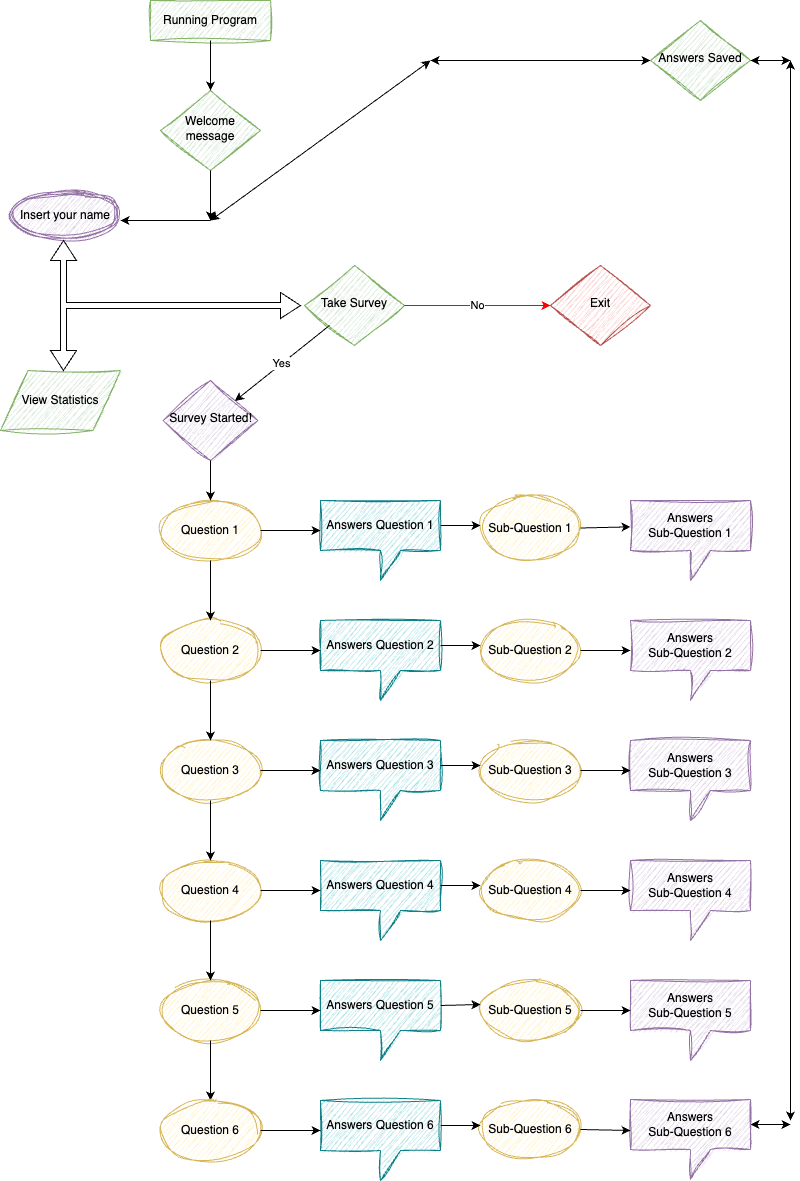
This is images/flowchart.png from t0tacci0/CodeSurvey, a draw.io export, as it was before one commit. Source tidied: cells renumbered, new cells last; positions are measured from the earlier drawing's top-left corner, leaving out a move shared by most shapes.
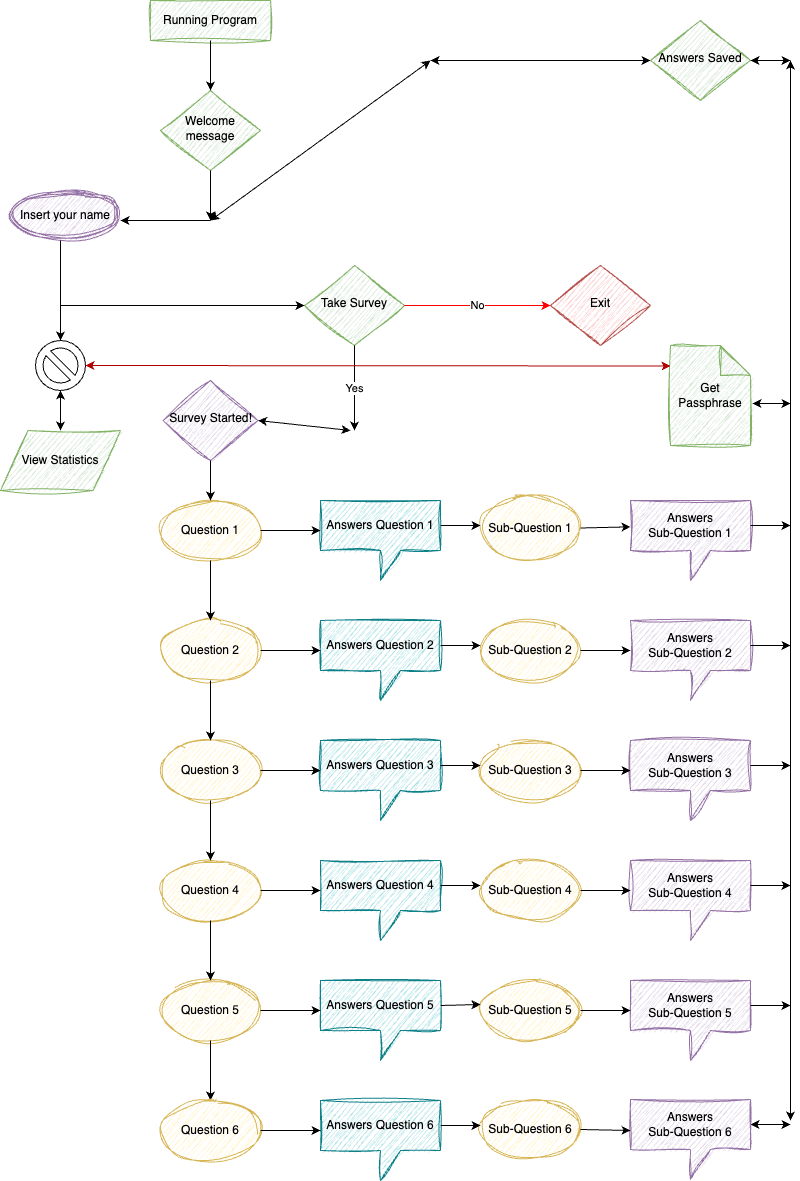
After the change.

What changed in the source:
```diff
@@ -20,8 +20,10 @@
     <mxCell id="7" value="Exit" style="rhombus;whiteSpace=wrap;html=1;shadow=0;fontFamily=Helvetica;fontSize=12;align=center;strokeWidth=1;spacing=6;spacingTop=-4;fillColor=#f8cecc;strokeColor=#b85450;sketch=1;curveFitting=1;jiggle=2;" parent="1" vertex="1">
       <mxGeometry x="550" y="265" width="100" height="80" as="geometry" />
     </mxCell>
-    <mxCell id="8" value="Yes" style="endArrow=classic;html=1;rounded=0;" parent="1" edge="1" source="4" target="26">
-      <mxGeometry x="0.01" relative="1" as="geometry" />
+    <mxCell id="8" value="Yes" style="endArrow=classic;html=1;rounded=0;" parent="1" edge="1" source="4">
+      <mxGeometry x="0.01" relative="1" as="geometry">
+        <mxPoint x="354" y="430" as="targetPoint" />
+      </mxGeometry>
     </mxCell>
     <mxCell id="9" value="Question 1" style="ellipse;whiteSpace=wrap;html=1;fillColor=#fff2cc;strokeColor=#d6b656;sketch=1;curveFitting=1;jiggle=2;" parent="1" vertex="1">
       <mxGeometry x="160" y="500" width="100" height="60" as="geometry" />
@@ -243,15 +245,69 @@
       </mxGeometry>
     </mxCell>
     <mxCell id="66" value="View Statistics" style="shape=parallelogram;html=1;strokeWidth=1;perimeter=parallelogramPerimeter;whiteSpace=wrap;rounded=0;arcSize=12;size=0.23;fillColor=#d5e8d4;strokeColor=#82b366;sketch=1;curveFitting=1;jiggle=2;" parent="1" vertex="1">
-      <mxGeometry y="370" width="120" height="60" as="geometry" />
+      <mxGeometry y="430" width="120" height="60" as="geometry" />
     </mxCell>
-    <mxCell id="67" style="html=1;shadow=0;dashed=0;align=center;verticalAlign=middle;shape=mxgraph.arrows2.triadArrow;dy=10;dx=20;arrowHead=26;direction=south;" parent="1" vertex="1">
-      <mxGeometry x="50" y="240" width="250" height="130" as="geometry" />
-    </mxCell>
     <mxCell id="68" style="endArrow=classic;html=1;rounded=0;exitX=0.5;exitY=1;exitDx=0;exitDy=0;" parent="1" edge="1" source="3">
       <mxGeometry relative="1" as="geometry">
         <mxPoint x="210" y="220" as="targetPoint" />
       </mxGeometry>
     </mxCell>
+    <mxCell id="69" style="endArrow=classic;html=1;rounded=0;exitX=0;exitY=0;exitDx=120;exitDy=25;exitPerimeter=0;" parent="1" edge="1" source="31">
+      <mxGeometry relative="1" as="geometry">
+        <mxPoint x="790" y="525" as="targetPoint" />
+      </mxGeometry>
+    </mxCell>
+    <mxCell id="70" style="endArrow=classic;html=1;rounded=0;exitX=0;exitY=0;exitDx=120;exitDy=25;exitPerimeter=0;" parent="1" edge="1" source="32">
+      <mxGeometry relative="1" as="geometry">
+        <mxPoint x="790" y="645" as="targetPoint" />
+      </mxGeometry>
+    </mxCell>
+    <mxCell id="71" style="endArrow=classic;html=1;rounded=0;exitX=0;exitY=0;exitDx=120;exitDy=25;exitPerimeter=0;" parent="1" edge="1" source="33">
+      <mxGeometry relative="1" as="geometry">
+        <mxPoint x="790" y="765" as="targetPoint" />
+      </mxGeometry>
+    </mxCell>
+    <mxCell id="72" style="endArrow=classic;html=1;rounded=0;exitX=0;exitY=0;exitDx=120;exitDy=25;exitPerimeter=0;" parent="1" edge="1" source="34">
+      <mxGeometry relative="1" as="geometry">
+        <mxPoint x="790" y="885" as="targetPoint" />
+      </mxGeometry>
+    </mxCell>
+    <mxCell id="73" style="endArrow=classic;html=1;rounded=0;exitX=0;exitY=0;exitDx=120;exitDy=25;exitPerimeter=0;" parent="1" edge="1" source="35">
+      <mxGeometry relative="1" as="geometry">
+        <mxPoint x="790" y="1005" as="targetPoint" />
+      </mxGeometry>
+    </mxCell>
+    <mxCell id="74" value="Get&lt;br&gt;Passphrase" style="shape=note;whiteSpace=wrap;html=1;backgroundOutline=1;darkOpacity=0.05;sketch=1;curveFitting=1;jiggle=2;fillColor=#d5e8d4;strokeColor=#82b366;" parent="1" vertex="1">
+      <mxGeometry x="670" y="345" width="80" height="100" as="geometry" />
+    </mxCell>
+    <mxCell id="75" style="endArrow=classic;startArrow=classic;html=1;rounded=0;exitX=1.025;exitY=0.58;exitDx=0;exitDy=0;exitPerimeter=0;" parent="1" edge="1" source="74">
+      <mxGeometry relative="1" as="geometry">
+        <mxPoint x="790" y="403" as="targetPoint" />
+      </mxGeometry>
+    </mxCell>
+    <mxCell id="76" style="endArrow=classic;startArrow=classic;html=1;rounded=0;exitX=0.5;exitY=0;exitDx=0;exitDy=0;" parent="1" edge="1" source="66" target="77">
+      <mxGeometry relative="1" as="geometry" />
+    </mxCell>
+    <mxCell id="77" style="verticalLabelPosition=bottom;verticalAlign=top;html=1;shape=mxgraph.basic.no_symbol;" parent="1" vertex="1">
+      <mxGeometry x="35" y="340" width="50" height="50" as="geometry" />
+    </mxCell>
+    <mxCell id="78" style="endArrow=classic;startArrow=classic;html=1;rounded=0;exitX=1;exitY=0.5;exitDx=0;exitDy=0;exitPerimeter=0;fillColor=#e51400;strokeColor=#B20000;entryX=0;entryY=0.205;entryDx=0;entryDy=0;entryPerimeter=0;" parent="1" edge="1" source="77" target="74">
+      <mxGeometry relative="1" as="geometry" />
+    </mxCell>
+    <mxCell id="79" style="endArrow=classic;startArrow=classic;html=1;rounded=0;exitX=1;exitY=0.5;exitDx=0;exitDy=0;" parent="1" edge="1" source="26">
+      <mxGeometry relative="1" as="geometry">
+        <mxPoint x="350" y="430" as="targetPoint" />
+      </mxGeometry>
+    </mxCell>
+    <mxCell id="80" style="endArrow=classic;html=1;rounded=0;entryX=0;entryY=0.5;entryDx=0;entryDy=0;" parent="1" edge="1" target="4">
+      <mxGeometry relative="1" as="geometry">
+        <mxPoint x="60" y="305" as="sourcePoint" />
+      </mxGeometry>
+    </mxCell>
+    <mxCell id="81" style="endArrow=classic;html=1;rounded=0;entryX=0.5;entryY=0;entryDx=0;entryDy=0;entryPerimeter=0;" parent="1" edge="1" target="77">
+      <mxGeometry relative="1" as="geometry">
+        <mxPoint x="60" y="240" as="sourcePoint" />
+      </mxGeometry>
+    </mxCell>
   </root>
 </mxGraphModel>
```
